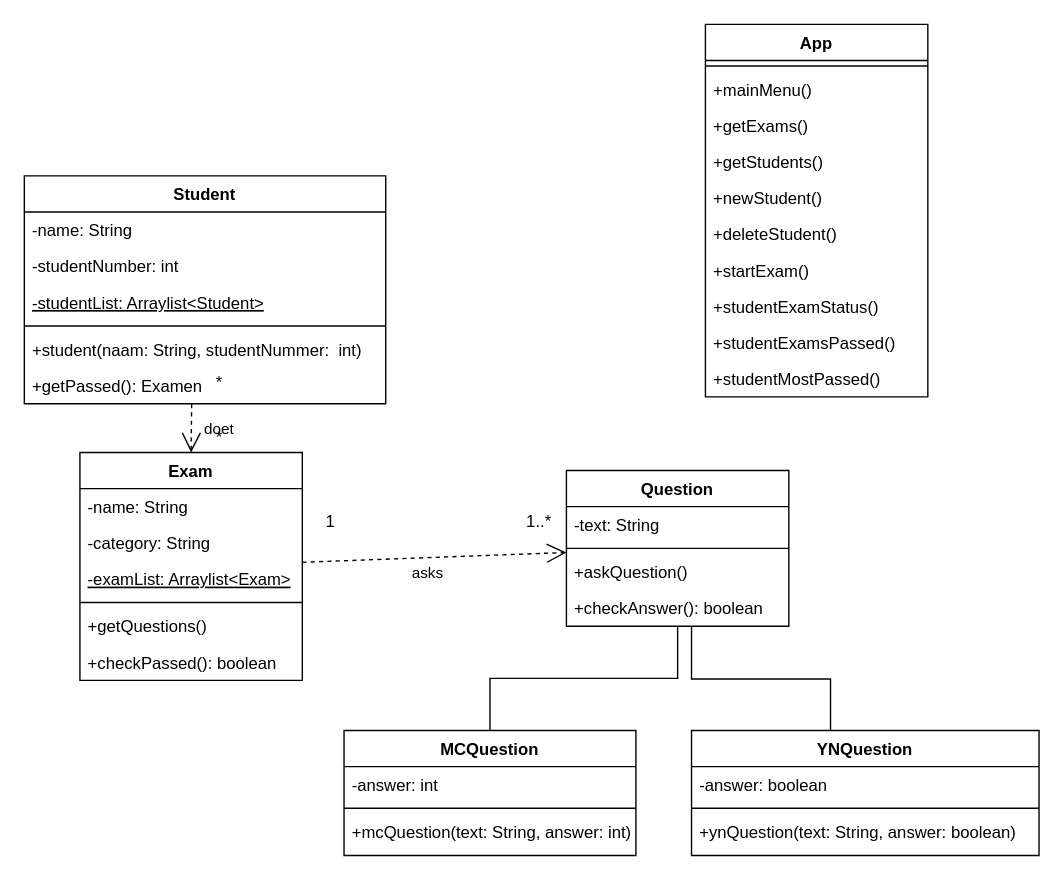
Earlier version of the draw.io diagram UML.drawio (Studeeric/proj1). Source tidied: cells renumbered, new cells numbered last; positions are measured from the earlier drawing's top-left corner, leaving out a move shared by most shapes. Both pictures are drawn from the tidied source at 139%, with x=0, y=0 at pixel (24, 24).
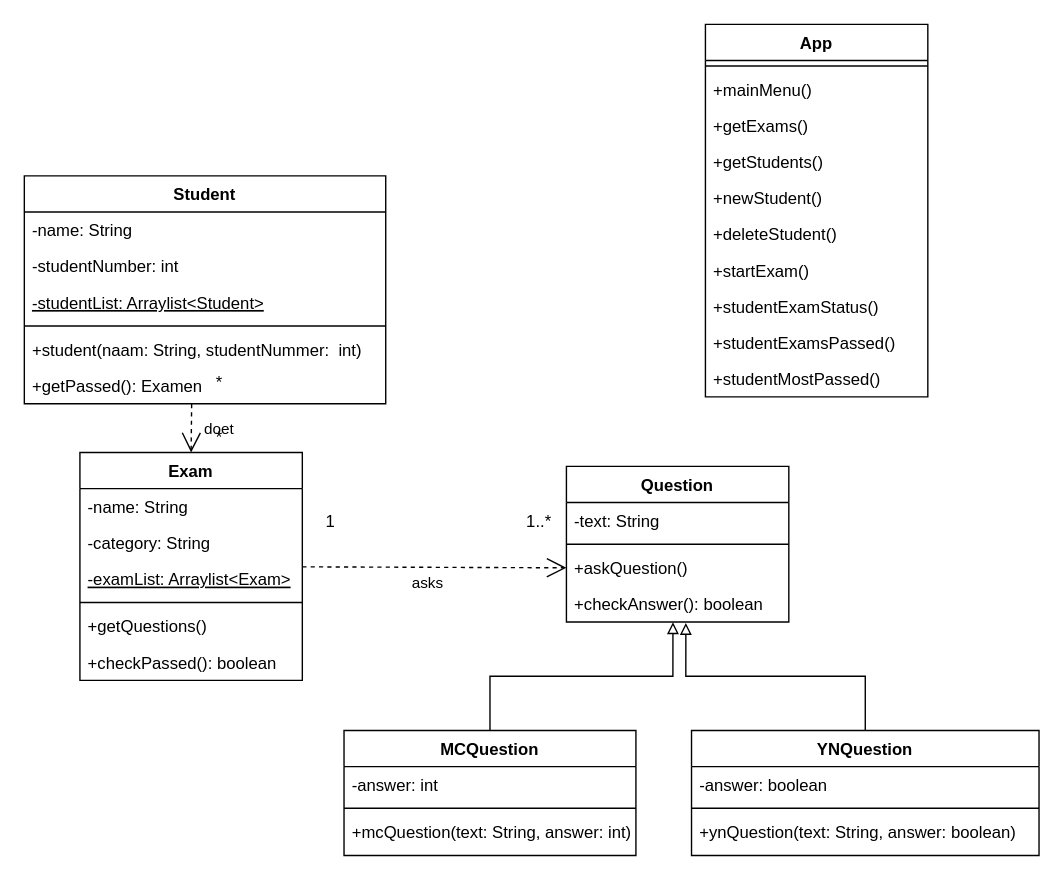
The same page after the edit.

Unchanged cells that the change refers to:
```xml
<mxCell id="9" value="Exam" style="swimlane;fontStyle=1;align=center;verticalAlign=top;horizontal=1;startSize=26;" parent="1" vertex="1">
  <mxGeometry x="40" y="308" width="160" height="164" as="geometry" />
</mxCell>
<mxCell id="30" value="+askQuestion()" style="text;strokeColor=none;fillColor=none;align=left;verticalAlign=top;spacingLeft=4;spacingRight=4;overflow=hidden;points=[[0,0.5],[1,0.5]];portConstraint=eastwest;" parent="27" vertex="1">
  <mxGeometry y="60" width="160" height="26" as="geometry" />
</mxCell>
<mxCell id="31" value="+checkAnswer(): boolean&#10;" style="text;strokeColor=none;fillColor=none;align=left;verticalAlign=top;spacingLeft=4;spacingRight=4;overflow=hidden;points=[[0,0.5],[1,0.5]];portConstraint=eastwest;" parent="27" vertex="1">
  <mxGeometry y="86" width="160" height="26" as="geometry" />
</mxCell>
<mxCell id="40" value="MCQuestion" style="swimlane;fontStyle=1;align=center;verticalAlign=top;horizontal=1;startSize=26;" parent="1" vertex="1">
  <mxGeometry x="230" y="508" width="210" height="90" as="geometry" />
</mxCell>
<mxCell id="44" value="YNQuestion" style="swimlane;fontStyle=1;align=center;verticalAlign=top;horizontal=1;startSize=26;" parent="1" vertex="1">
  <mxGeometry x="480" y="508" width="250" height="90" as="geometry" />
</mxCell>
```

The edit, as a diff of the source:
```diff
@@
     <mxCell id="27" value="Question" style="swimlane;fontStyle=1;align=center;verticalAlign=top;horizontal=1;startSize=26;" parent="1" vertex="1">
-      <mxGeometry x="390" y="321" width="160" height="112" as="geometry" />
+      <mxGeometry x="390" y="318" width="160" height="112" as="geometry" />
     </mxCell>
@@
-    <mxCell id="35" style="endArrow=none;html=1;edgeStyle=orthogonalEdgeStyle;rounded=0;" parent="1" edge="1" source="27" target="40">
-      <mxGeometry relative="1" as="geometry" />
-    </mxCell>
-    <mxCell id="36" style="endArrow=none;html=1;edgeStyle=orthogonalEdgeStyle;rounded=0;" parent="1" edge="1" source="27" target="44">
-      <mxGeometry relative="1" as="geometry">
-        <Array as="points">
-          <mxPoint x="480" y="471" />
-          <mxPoint x="580" y="471" />
-        </Array>
-      </mxGeometry>
-    </mxCell>
-    <mxCell id="37" value="asks" style="endArrow=open;endSize=12;dashed=1;html=1;rounded=0;" parent="1" edge="1" source="9" target="27">
+    <mxCell id="37" value="asks" style="endArrow=open;endSize=12;dashed=1;html=1;rounded=0;entryX=0;entryY=0.5;entryDx=0;entryDy=0;" parent="1" edge="1" source="9" target="30">
       <mxGeometry x="-0.05" y="-11" relative="1" as="geometry" />
     </mxCell>
@@
+    <mxCell id="48" style="edgeStyle=orthogonalEdgeStyle;rounded=0;jettySize=auto;html=1;exitX=0.5;exitY=0;exitDx=0;exitDy=0;entryX=0.479;entryY=1.005;entryDx=0;entryDy=0;entryPerimeter=0;endArrow=block;endFill=0;" parent="1" edge="1" source="40" target="31">
+      <mxGeometry relative="1" as="geometry" />
+    </mxCell>
@@
+    <mxCell id="49" style="edgeStyle=orthogonalEdgeStyle;rounded=0;jettySize=auto;html=1;exitX=0.5;exitY=0;exitDx=0;exitDy=0;entryX=0.537;entryY=1.027;entryDx=0;entryDy=0;entryPerimeter=0;endArrow=block;endFill=0;" parent="1" edge="1" source="44" target="31">
+      <mxGeometry relative="1" as="geometry" />
+    </mxCell>
```
